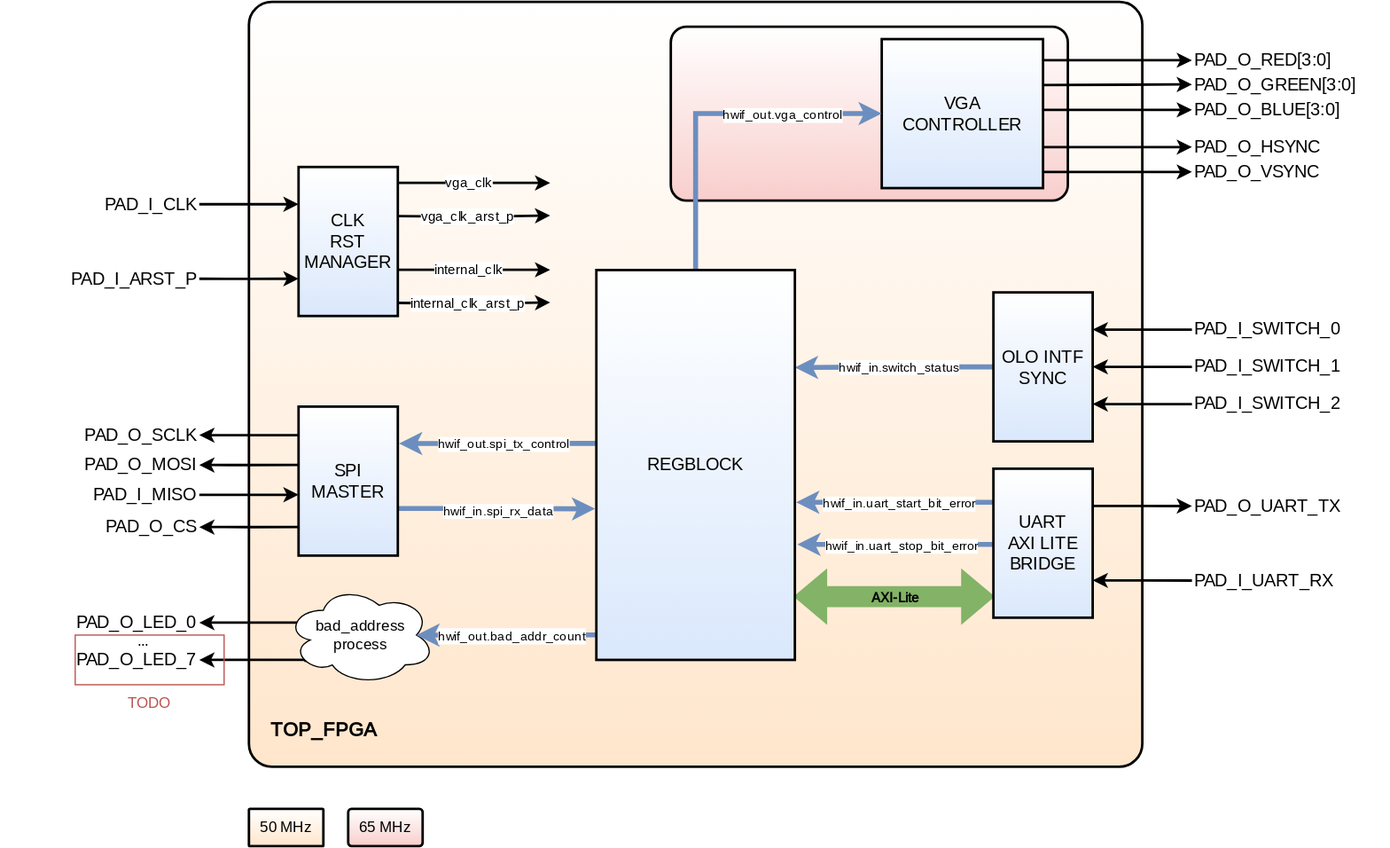
Earlier version of the draw.io export docs/assets/uart-TOP-FPGA.svg (CharrierTim/uart). Source tidied: cells renumbered, new cells last; positions are measured from the earlier drawing's top-left corner, leaving out a move shared by most shapes.
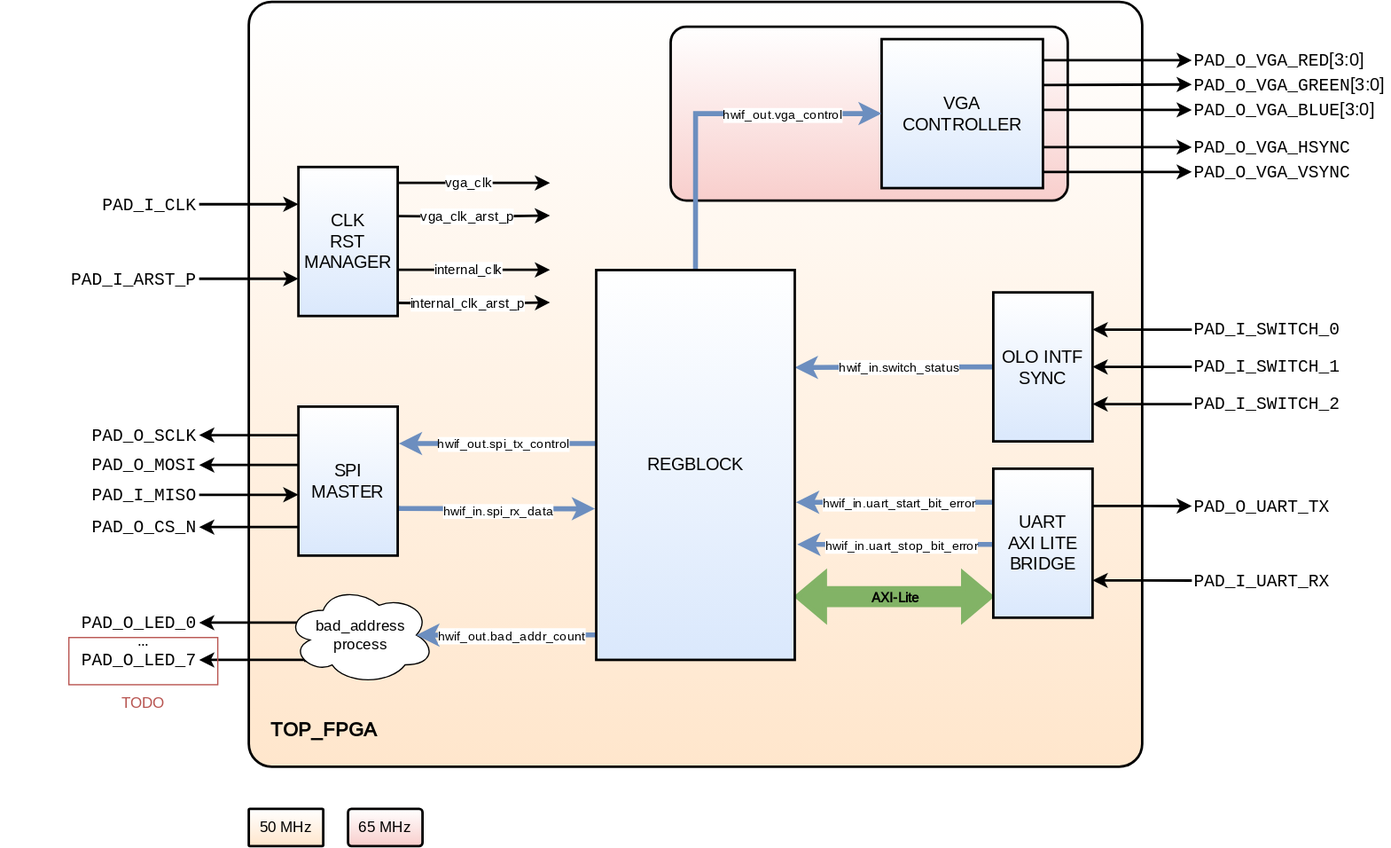
The same file after the commit.

Commit message:
docs: add architecture diagram for clock-reset-manager module and update IOs

What changed in the source:
```diff
@@ -38,19 +38,19 @@
         <mxPoint x="240" y="223" as="targetPoint" />
       </mxGeometry>
     </mxCell>
-    <mxCell id="10" value="PAD_I_SWITCH_2" style="text;html=1;whiteSpace=wrap;strokeColor=none;fillColor=none;align=left;verticalAlign=middle;rounded=0;fontSize=14;fontFamily=Roboto;fontSource=https%3A%2F%2Ffonts.googleapis.com%2Fcss%3Ffamily%3DRoboto;" parent="1" vertex="1">
+    <mxCell id="10" value="&lt;code&gt;PAD_I_SWITCH_2&lt;/code&gt;" style="text;html=1;whiteSpace=wrap;strokeColor=none;fillColor=none;align=left;verticalAlign=middle;rounded=0;fontSize=14;fontFamily=Roboto;fontSource=https%3A%2F%2Ffonts.googleapis.com%2Fcss%3Ffamily%3DRoboto;" parent="1" vertex="1">
       <mxGeometry x="960" y="303" width="160" height="40" as="geometry" />
     </mxCell>
-    <mxCell id="11" value="PAD_I_SWITCH_0" style="text;html=1;whiteSpace=wrap;strokeColor=none;fillColor=none;align=left;verticalAlign=middle;rounded=0;fontSize=14;fontFamily=Roboto;fontSource=https%3A%2F%2Ffonts.googleapis.com%2Fcss%3Ffamily%3DRoboto;" parent="1" vertex="1">
+    <mxCell id="11" value="&lt;code&gt;PAD_I_SWITCH_0&lt;/code&gt;" style="text;html=1;whiteSpace=wrap;strokeColor=none;fillColor=none;align=left;verticalAlign=middle;rounded=0;fontSize=14;fontFamily=Roboto;fontSource=https%3A%2F%2Ffonts.googleapis.com%2Fcss%3Ffamily%3DRoboto;" parent="1" vertex="1">
       <mxGeometry x="960" y="243" width="160" height="40" as="geometry" />
     </mxCell>
-    <mxCell id="12" value="PAD_I_SWITCH_1" style="text;html=1;whiteSpace=wrap;strokeColor=none;fillColor=none;align=left;verticalAlign=middle;rounded=0;fontSize=14;fontFamily=Roboto;fontSource=https%3A%2F%2Ffonts.googleapis.com%2Fcss%3Ffamily%3DRoboto;" parent="1" vertex="1">
+    <mxCell id="12" value="&lt;code&gt;PAD_I_SWITCH_1&lt;/code&gt;" style="text;html=1;whiteSpace=wrap;strokeColor=none;fillColor=none;align=left;verticalAlign=middle;rounded=0;fontSize=14;fontFamily=Roboto;fontSource=https%3A%2F%2Ffonts.googleapis.com%2Fcss%3Ffamily%3DRoboto;" parent="1" vertex="1">
       <mxGeometry x="960" y="273" width="160" height="40" as="geometry" />
     </mxCell>
-    <mxCell id="13" value="PAD_O_UART_TX" style="text;html=1;whiteSpace=wrap;strokeColor=none;fillColor=none;align=left;verticalAlign=middle;rounded=0;fontSize=14;fontFamily=Roboto;fontSource=https%3A%2F%2Ffonts.googleapis.com%2Fcss%3Ffamily%3DRoboto;" parent="1" vertex="1">
+    <mxCell id="13" value="&lt;code&gt;PAD_O_UART_TX&lt;/code&gt;" style="text;html=1;whiteSpace=wrap;strokeColor=none;fillColor=none;align=left;verticalAlign=middle;rounded=0;fontSize=14;fontFamily=Roboto;fontSource=https%3A%2F%2Ffonts.googleapis.com%2Fcss%3Ffamily%3DRoboto;" parent="1" vertex="1">
       <mxGeometry x="960" y="386" width="160" height="40" as="geometry" />
     </mxCell>
-    <mxCell id="14" value="PAD_I_UART_RX" style="text;html=1;whiteSpace=wrap;strokeColor=none;fillColor=none;align=left;verticalAlign=middle;rounded=0;fontSize=14;fontFamily=Roboto;fontSource=https%3A%2F%2Ffonts.googleapis.com%2Fcss%3Ffamily%3DRoboto;" parent="1" vertex="1">
+    <mxCell id="14" value="&lt;code&gt;PAD_I_UART_RX&lt;/code&gt;" style="text;html=1;whiteSpace=wrap;strokeColor=none;fillColor=none;align=left;verticalAlign=middle;rounded=0;fontSize=14;fontFamily=Roboto;fontSource=https%3A%2F%2Ffonts.googleapis.com%2Fcss%3Ffamily%3DRoboto;" parent="1" vertex="1">
       <mxGeometry x="960" y="446" width="160" height="40" as="geometry" />
     </mxCell>
     <mxCell id="15" style="edgeStyle=orthogonalEdgeStyle;rounded=0;jettySize=auto;html=1;strokeColor=default;strokeWidth=2;align=center;verticalAlign=middle;fontFamily=Roboto;fontSize=14;fontColor=default;labelBackgroundColor=default;startArrow=none;startFill=0;endArrow=classic;endFill=1;fontSource=https%3A%2F%2Ffonts.googleapis.com%2Fcss%3Ffamily%3DRoboto;exitX=0.07;exitY=0.4;exitDx=0;exitDy=0;exitPerimeter=0;entryX=1;entryY=0.5;entryDx=0;entryDy=0;" parent="1" edge="1" source="60" target="23">
@@ -78,13 +78,13 @@
     <mxCell id="20" value="CLK&lt;div&gt;RST&lt;/div&gt;&lt;div&gt;MANAGER&lt;/div&gt;" style="rounded=0;whiteSpace=wrap;html=1;fontFamily=Roboto;fillColor=#dae8fc;strokeColor=#000000;fontSize=14;shadow=0;comic=0;strokeWidth=2;points=[[0,0,0,0,0],[0,0.25,0,0,0],[0,0.5,0,0,0],[0,0.75,0,0,0],[0,1,0,0,0],[0.25,0,0,0,0],[0.25,1,0,0,0],[0.5,0,0,0,0],[0.5,1,0,0,0],[0.75,0,0,0,0],[0.75,1,0,0,0],[1,0,0,0,0],[1,0.25,0,0,0],[1,0.5,0,0,0],[1,0.75,0,0,0],[1,1,0,0,0]];gradientColor=#FFFFFF;gradientDirection=north;fontSource=https%3A%2F%2Ffonts.googleapis.com%2Fcss%3Ffamily%3DRoboto;" parent="1" vertex="1">
       <mxGeometry x="240" y="133" width="80" height="120" as="geometry" />
     </mxCell>
-    <mxCell id="21" value="PAD_I_CLK" style="text;html=1;whiteSpace=wrap;strokeColor=none;fillColor=none;align=right;verticalAlign=middle;rounded=0;fontSize=14;fontFamily=Roboto;fontSource=https%3A%2F%2Ffonts.googleapis.com%2Fcss%3Ffamily%3DRoboto;" parent="1" vertex="1">
+    <mxCell id="21" value="&lt;code&gt;PAD_I_CLK&lt;/code&gt;" style="text;html=1;whiteSpace=wrap;strokeColor=none;fillColor=none;align=right;verticalAlign=middle;rounded=0;fontSize=14;fontFamily=Roboto;fontSource=https%3A%2F%2Ffonts.googleapis.com%2Fcss%3Ffamily%3DRoboto;" parent="1" vertex="1">
       <mxGeometry y="143" width="160" height="40" as="geometry" />
     </mxCell>
-    <mxCell id="22" value="PAD_I_ARST_P" style="text;html=1;whiteSpace=wrap;strokeColor=none;fillColor=none;align=right;verticalAlign=middle;rounded=0;fontSize=14;fontFamily=Roboto;fontSource=https%3A%2F%2Ffonts.googleapis.com%2Fcss%3Ffamily%3DRoboto;" parent="1" vertex="1">
+    <mxCell id="22" value="&lt;code&gt;PAD_I_ARST_P&lt;/code&gt;" style="text;html=1;whiteSpace=wrap;strokeColor=none;fillColor=none;align=right;verticalAlign=middle;rounded=0;fontSize=14;fontFamily=Roboto;fontSource=https%3A%2F%2Ffonts.googleapis.com%2Fcss%3Ffamily%3DRoboto;" parent="1" vertex="1">
       <mxGeometry y="203" width="160" height="40" as="geometry" />
     </mxCell>
-    <mxCell id="23" value="PAD_O_LED_0" style="text;html=1;whiteSpace=wrap;strokeColor=none;fillColor=none;align=right;verticalAlign=middle;rounded=0;fontSize=14;fontFamily=Roboto;fontSource=https%3A%2F%2Ffonts.googleapis.com%2Fcss%3Ffamily%3DRoboto;" parent="1" vertex="1">
+    <mxCell id="23" value="&lt;code&gt;PAD_O_LED_0&lt;/code&gt;" style="text;html=1;whiteSpace=wrap;strokeColor=none;fillColor=none;align=right;verticalAlign=middle;rounded=0;fontSize=14;fontFamily=Roboto;fontSource=https%3A%2F%2Ffonts.googleapis.com%2Fcss%3Ffamily%3DRoboto;" parent="1" vertex="1">
       <mxGeometry y="480" width="160" height="40" as="geometry" />
     </mxCell>
     <mxCell id="24" style="edgeStyle=orthogonalEdgeStyle;rounded=0;jettySize=auto;html=1;exitX=-0.001;exitY=0.449;exitDx=0;exitDy=0;entryX=1;entryY=0.75;entryDx=0;entryDy=0;strokeWidth=4;fillColor=#dae8fc;strokeColor=#6c8ebf;fontSize=14;fontFamily=Roboto;exitPerimeter=0;fontSource=https%3A%2F%2Ffonts.googleapis.com%2Fcss%3Ffamily%3DRoboto;" parent="1" edge="1" source="72">
@@ -121,7 +121,7 @@
         <mxPoint x="240" y="397" as="targetPoint" />
       </mxGeometry>
     </mxCell>
-    <mxCell id="30" value="PAD_I_MISO" style="text;html=1;whiteSpace=wrap;strokeColor=none;fillColor=none;align=right;verticalAlign=middle;rounded=0;fontSize=14;fontFamily=Roboto;fontSource=https%3A%2F%2Ffonts.googleapis.com%2Fcss%3Ffamily%3DRoboto;" parent="1" vertex="1">
+    <mxCell id="30" value="&lt;code&gt;PAD_I_MISO&lt;/code&gt;" style="text;html=1;whiteSpace=wrap;strokeColor=none;fillColor=none;align=right;verticalAlign=middle;rounded=0;fontSize=14;fontFamily=Roboto;fontSource=https%3A%2F%2Ffonts.googleapis.com%2Fcss%3Ffamily%3DRoboto;" parent="1" vertex="1">
       <mxGeometry y="377" width="160" height="40" as="geometry" />
     </mxCell>
     <mxCell id="31" style="edgeStyle=orthogonalEdgeStyle;rounded=0;jettySize=auto;html=1;exitX=1;exitY=0.5;exitDx=0;exitDy=0;strokeWidth=2;startArrow=classic;startFill=1;endArrow=none;endFill=0;fontSize=14;fontFamily=Roboto;fontSource=https%3A%2F%2Ffonts.googleapis.com%2Fcss%3Ffamily%3DRoboto;" parent="1" edge="1" source="32">
@@ -129,7 +129,7 @@
         <mxPoint x="240" y="373" as="targetPoint" />
       </mxGeometry>
     </mxCell>
-    <mxCell id="32" value="PAD_O_MOSI" style="text;html=1;whiteSpace=wrap;strokeColor=none;fillColor=none;align=right;verticalAlign=middle;rounded=0;fontSize=14;fontFamily=Roboto;fontSource=https%3A%2F%2Ffonts.googleapis.com%2Fcss%3Ffamily%3DRoboto;" parent="1" vertex="1">
+    <mxCell id="32" value="&lt;code&gt;PAD_O_MOSI&lt;/code&gt;" style="text;html=1;whiteSpace=wrap;strokeColor=none;fillColor=none;align=right;verticalAlign=middle;rounded=0;fontSize=14;fontFamily=Roboto;fontSource=https%3A%2F%2Ffonts.googleapis.com%2Fcss%3Ffamily%3DRoboto;" parent="1" vertex="1">
       <mxGeometry y="353" width="160" height="40" as="geometry" />
     </mxCell>
     <mxCell id="33" style="edgeStyle=orthogonalEdgeStyle;rounded=0;jettySize=auto;html=1;exitX=1;exitY=0.5;exitDx=0;exitDy=0;strokeWidth=2;startArrow=classic;startFill=1;endArrow=none;endFill=0;fontSize=14;fontFamily=Roboto;fontSource=https%3A%2F%2Ffonts.googleapis.com%2Fcss%3Ffamily%3DRoboto;" parent="1" edge="1" source="34">
@@ -137,7 +137,7 @@
         <mxPoint x="240" y="423" as="targetPoint" />
       </mxGeometry>
     </mxCell>
-    <mxCell id="34" value="PAD_O_CS" style="text;html=1;whiteSpace=wrap;strokeColor=none;fillColor=none;align=right;verticalAlign=middle;rounded=0;fontSize=14;fontFamily=Roboto;fontSource=https%3A%2F%2Ffonts.googleapis.com%2Fcss%3Ffamily%3DRoboto;" parent="1" vertex="1">
+    <mxCell id="34" value="&lt;code&gt;PAD_O_CS_N&lt;/code&gt;" style="text;html=1;whiteSpace=wrap;strokeColor=none;fillColor=none;align=right;verticalAlign=middle;rounded=0;fontSize=14;fontFamily=Roboto;fontSource=https%3A%2F%2Ffonts.googleapis.com%2Fcss%3Ffamily%3DRoboto;" parent="1" vertex="1">
       <mxGeometry y="403" width="160" height="40" as="geometry" />
     </mxCell>
     <mxCell id="35" style="edgeStyle=orthogonalEdgeStyle;rounded=0;jettySize=auto;html=1;exitX=1;exitY=0.5;exitDx=0;exitDy=0;strokeWidth=2;startArrow=classic;startFill=1;endArrow=none;endFill=0;fontSize=14;fontFamily=Roboto;fontSource=https%3A%2F%2Ffonts.googleapis.com%2Fcss%3Ffamily%3DRoboto;" parent="1" edge="1" source="36">
@@ -145,7 +145,7 @@
         <mxPoint x="240" y="349" as="targetPoint" />
       </mxGeometry>
     </mxCell>
-    <mxCell id="36" value="PAD_O_SCLK" style="text;html=1;whiteSpace=wrap;strokeColor=none;fillColor=none;align=right;verticalAlign=middle;rounded=0;fontSize=14;fontFamily=Roboto;fontSource=https%3A%2F%2Ffonts.googleapis.com%2Fcss%3Ffamily%3DRoboto;" parent="1" vertex="1">
+    <mxCell id="36" value="&lt;code&gt;PAD_O_SCLK&lt;/code&gt;" style="text;html=1;whiteSpace=wrap;strokeColor=none;fillColor=none;align=right;verticalAlign=middle;rounded=0;fontSize=14;fontFamily=Roboto;fontSource=https%3A%2F%2Ffonts.googleapis.com%2Fcss%3Ffamily%3DRoboto;" parent="1" vertex="1">
       <mxGeometry y="329" width="160" height="40" as="geometry" />
     </mxCell>
     <mxCell id="37" style="rounded=1;whiteSpace=wrap;html=1;fillColor=#f8cecc;strokeColor=#000000;gradientDirection=north;strokeWidth=2;imageHeight=24;arcSize=9;textShadow=0;labelBorderColor=none;labelBackgroundColor=none;fontFamily=Roboto;fontSource=https%3A%2F%2Ffonts.googleapis.com%2Fcss%3Ffamily%3DRoboto;gradientColor=#FFFFFF;" parent="1" vertex="1">
@@ -170,13 +170,13 @@
         <mxPoint x="840" y="47" as="sourcePoint" />
       </mxGeometry>
     </mxCell>
-    <mxCell id="43" value="PAD_O_RED[3:0]" style="text;html=1;whiteSpace=wrap;strokeColor=none;fillColor=none;align=left;verticalAlign=middle;rounded=0;fontSize=14;fontFamily=Roboto;fontSource=https%3A%2F%2Ffonts.googleapis.com%2Fcss%3Ffamily%3DRoboto;" parent="1" vertex="1">
+    <mxCell id="43" value="&lt;code&gt;PAD_O_VGA_RED&lt;/code&gt;[3:0]" style="text;html=1;whiteSpace=wrap;strokeColor=none;fillColor=none;align=left;verticalAlign=middle;rounded=0;fontSize=14;fontFamily=Roboto;fontSource=https%3A%2F%2Ffonts.googleapis.com%2Fcss%3Ffamily%3DRoboto;" parent="1" vertex="1">
       <mxGeometry x="960" y="42" width="160" height="10" as="geometry" />
     </mxCell>
-    <mxCell id="44" value="PAD_O_GREEN[3:0]" style="text;html=1;whiteSpace=wrap;strokeColor=none;fillColor=none;align=left;verticalAlign=middle;rounded=0;fontSize=14;fontFamily=Roboto;fontSource=https%3A%2F%2Ffonts.googleapis.com%2Fcss%3Ffamily%3DRoboto;" parent="1" vertex="1">
+    <mxCell id="44" value="&lt;code&gt;PAD_O_VGA_GREEN&lt;/code&gt;[3:0]" style="text;html=1;whiteSpace=wrap;strokeColor=none;fillColor=none;align=left;verticalAlign=middle;rounded=0;fontSize=14;fontFamily=Roboto;fontSource=https%3A%2F%2Ffonts.googleapis.com%2Fcss%3Ffamily%3DRoboto;" parent="1" vertex="1">
       <mxGeometry x="960" y="60" width="160" height="13" as="geometry" />
     </mxCell>
-    <mxCell id="45" value="PAD_O_BLUE[3:0]" style="text;html=1;whiteSpace=wrap;strokeColor=none;fillColor=none;align=left;verticalAlign=middle;rounded=0;fontSize=14;fontFamily=Roboto;fontSource=https%3A%2F%2Ffonts.googleapis.com%2Fcss%3Ffamily%3DRoboto;" parent="1" vertex="1">
+    <mxCell id="45" value="&lt;code&gt;PAD_O_VGA_BLUE&lt;/code&gt;[3:0]" style="text;html=1;whiteSpace=wrap;strokeColor=none;fillColor=none;align=left;verticalAlign=middle;rounded=0;fontSize=14;fontFamily=Roboto;fontSource=https%3A%2F%2Ffonts.googleapis.com%2Fcss%3Ffamily%3DRoboto;" parent="1" vertex="1">
       <mxGeometry x="960" y="82" width="160" height="10" as="geometry" />
     </mxCell>
     <mxCell id="46" style="edgeStyle=none;html=1;exitX=1;exitY=0.25;exitDx=0;exitDy=0;strokeWidth=2;fontFamily=Roboto;fontSource=https%3A%2F%2Ffonts.googleapis.com%2Fcss%3Ffamily%3DRoboto;entryX=0;entryY=0.5;entryDx=0;entryDy=0;" parent="1" edge="1" target="48">
@@ -189,10 +189,10 @@
         <mxPoint x="840" y="137" as="sourcePoint" />
       </mxGeometry>
     </mxCell>
-    <mxCell id="48" value="PAD_O_HSYNC" style="text;html=1;whiteSpace=wrap;strokeColor=none;fillColor=none;align=left;verticalAlign=middle;rounded=0;fontSize=14;fontFamily=Roboto;fontSource=https%3A%2F%2Ffonts.googleapis.com%2Fcss%3Ffamily%3DRoboto;" parent="1" vertex="1">
+    <mxCell id="48" value="&lt;code&gt;PAD_O_VGA_HSYNC&lt;/code&gt;" style="text;html=1;whiteSpace=wrap;strokeColor=none;fillColor=none;align=left;verticalAlign=middle;rounded=0;fontSize=14;fontFamily=Roboto;fontSource=https%3A%2F%2Ffonts.googleapis.com%2Fcss%3Ffamily%3DRoboto;" parent="1" vertex="1">
       <mxGeometry x="960" y="110" width="160" height="14" as="geometry" />
     </mxCell>
-    <mxCell id="49" value="PAD_O_VSYNC" style="text;html=1;whiteSpace=wrap;strokeColor=none;fillColor=none;align=left;verticalAlign=middle;rounded=0;fontSize=14;fontFamily=Roboto;fontSource=https%3A%2F%2Ffonts.googleapis.com%2Fcss%3Ffamily%3DRoboto;" parent="1" vertex="1">
+    <mxCell id="49" value="&lt;code&gt;PAD_O_VGA_VSYNC&lt;/code&gt;" style="text;html=1;whiteSpace=wrap;strokeColor=none;fillColor=none;align=left;verticalAlign=middle;rounded=0;fontSize=14;fontFamily=Roboto;fontSource=https%3A%2F%2Ffonts.googleapis.com%2Fcss%3Ffamily%3DRoboto;" parent="1" vertex="1">
       <mxGeometry x="960" y="132" width="160" height="10" as="geometry" />
     </mxCell>
     <mxCell id="50" style="edgeStyle=orthogonalEdgeStyle;html=1;exitX=0.5;exitY=0;exitDx=0;exitDy=0;entryX=0;entryY=0.5;entryDx=0;entryDy=0;rounded=0;strokeColor=#6c8ebf;strokeWidth=4;align=center;verticalAlign=middle;fontFamily=Roboto;fontSource=https%3A%2F%2Ffonts.googleapis.com%2Fcss%3Ffamily%3DRoboto;fontSize=14;fontColor=default;labelBackgroundColor=default;endArrow=classic;fillColor=#dae8fc;" parent="1" edge="1" source="72" target="38">
@@ -257,17 +257,17 @@
         <mxPoint x="13" y="1" as="offset" />
       </mxGeometry>
     </mxCell>
-    <mxCell id="63" value="PAD_O_LED_7" style="text;html=1;whiteSpace=wrap;strokeColor=none;fillColor=none;align=right;verticalAlign=middle;rounded=0;fontSize=14;fontFamily=Roboto;fontSource=https%3A%2F%2Ffonts.googleapis.com%2Fcss%3Ffamily%3DRoboto;fontStyle=0;" parent="1" vertex="1">
+    <mxCell id="63" value="&lt;code&gt;PAD_O_LED_7&lt;/code&gt;" style="text;html=1;whiteSpace=wrap;strokeColor=none;fillColor=none;align=right;verticalAlign=middle;rounded=0;fontSize=14;fontFamily=Roboto;fontSource=https%3A%2F%2Ffonts.googleapis.com%2Fcss%3Ffamily%3DRoboto;fontStyle=0;" parent="1" vertex="1">
       <mxGeometry y="510" width="160" height="40" as="geometry" />
     </mxCell>
     <mxCell id="64" value="..." style="text;html=1;whiteSpace=wrap;strokeColor=none;fillColor=none;align=center;verticalAlign=middle;rounded=0;fontFamily=Roboto;fontSource=https%3A%2F%2Ffonts.googleapis.com%2Fcss%3Ffamily%3DRoboto;fontStyle=0;" parent="1" vertex="1">
       <mxGeometry x="70" y="500" width="90" height="30" as="geometry" />
     </mxCell>
     <mxCell id="65" style="rounded=0;whiteSpace=wrap;html=1;noLabel=1;fillColor=none;strokeColor=#b85450;fontFamily=Roboto;fontSource=https%3A%2F%2Ffonts.googleapis.com%2Fcss%3Ffamily%3DRoboto;" parent="1" vertex="1">
-      <mxGeometry x="60" y="510" width="120" height="40" as="geometry" />
+      <mxGeometry x="55" y="512" width="120" height="38" as="geometry" />
     </mxCell>
     <mxCell id="66" value="&lt;span style=&quot;color: rgb(184, 84, 80);&quot;&gt;TODO&lt;/span&gt;" style="text;html=1;whiteSpace=wrap;strokeColor=none;fillColor=none;align=center;verticalAlign=middle;rounded=0;fontFamily=Roboto;fontSource=https%3A%2F%2Ffonts.googleapis.com%2Fcss%3Ffamily%3DRoboto;" parent="1" vertex="1">
-      <mxGeometry x="60" y="550" width="120" height="30" as="geometry" />
+      <mxGeometry x="55" y="550" width="120" height="30" as="geometry" />
     </mxCell>
     <mxCell id="67" style="edgeStyle=orthogonalEdgeStyle;rounded=0;orthogonalLoop=1;jettySize=auto;html=1;exitX=-0.001;exitY=0.449;exitDx=0;exitDy=0;entryX=1;entryY=0.75;entryDx=0;entryDy=0;strokeWidth=4;fillColor=#dae8fc;strokeColor=#6c8ebf;fontSize=14;fontFamily=Roboto;exitPerimeter=0;fontSource=https%3A%2F%2Ffonts.googleapis.com%2Fcss%3Ffamily%3DRoboto;" parent="1" edge="1">
       <mxGeometry relative="1" as="geometry">
```
